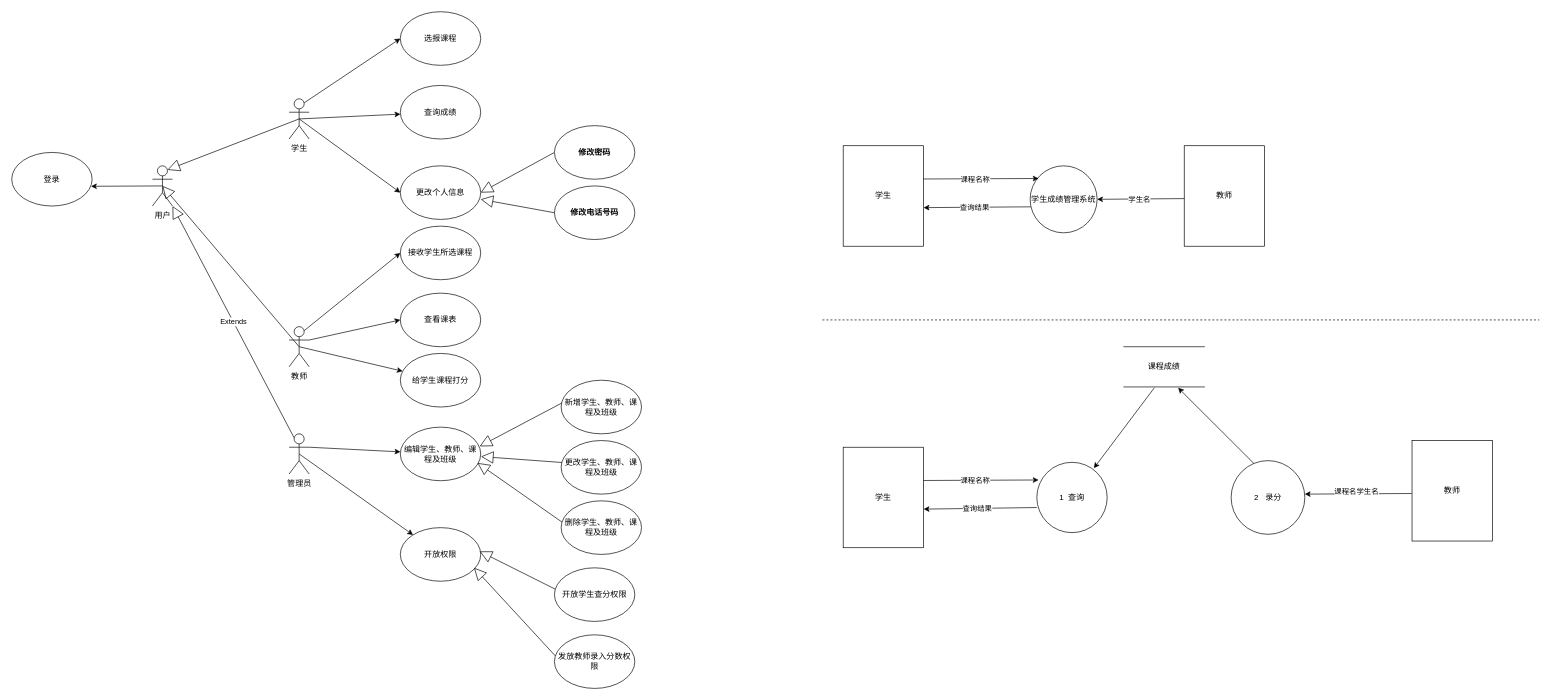
Before: page "第 1 页" (1 of 2) of 测试.drawio in sakulay/drawioInstance, a draw.io diagram. Source tidied: cells renumbered, new cells numbered last; positions are measured from the earlier drawing's top-left corner, leaving out a move shared by most shapes. Both pictures are drawn from the tidied source at 67%, with x=0, y=0 at pixel (11, 11).
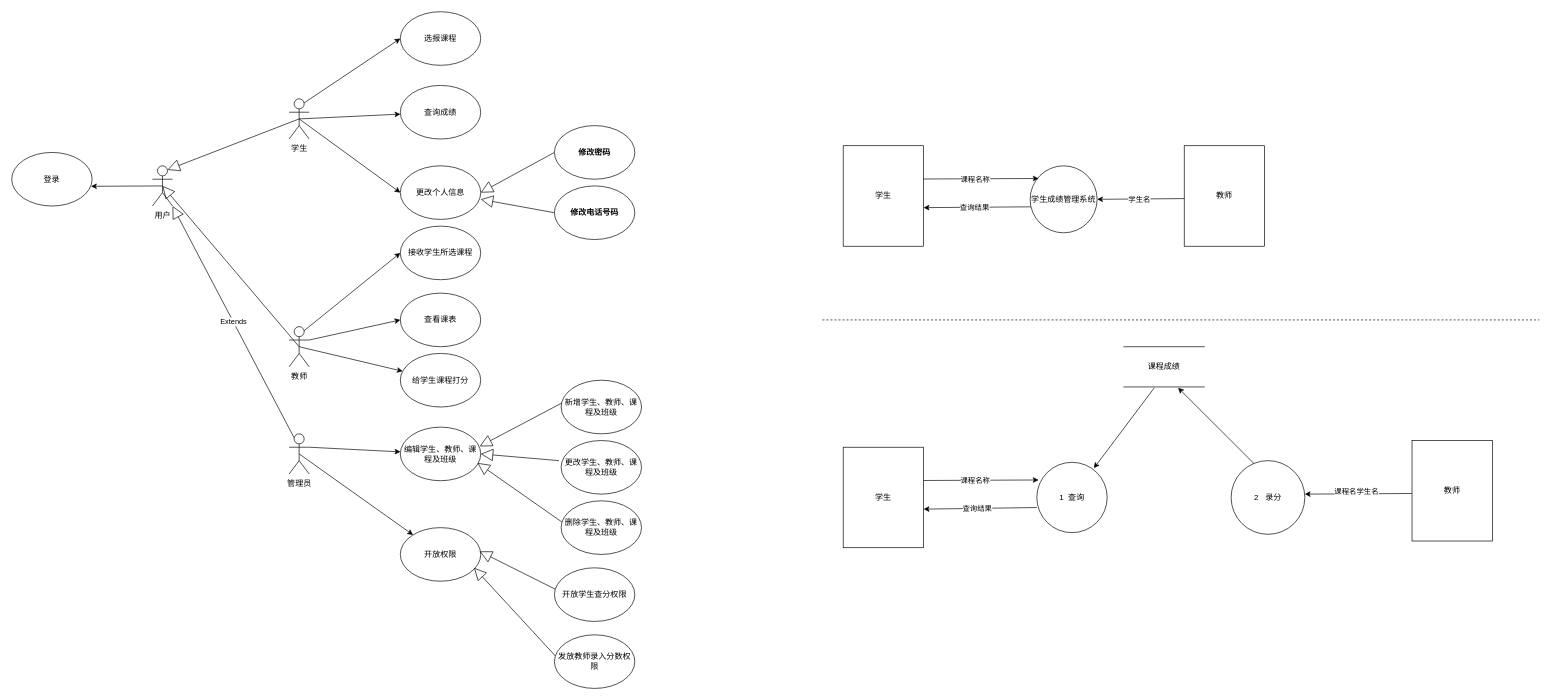
The same diagram, later.

The change refers to these unchanged cells:
```xml
<mxCell id="27" value="编辑学生、教师、课程及班级" style="ellipse;whiteSpace=wrap;html=1;" parent="1" vertex="1">
  <mxGeometry x="580" y="620" width="120" height="80" as="geometry" />
</mxCell>
```

The edit, as a diff of the source:
```diff
@@
-    <mxCell id="32" style="endArrow=block;endSize=16;endFill=0;html=1;rounded=0;exitX=0.02;exitY=0.415;exitDx=0;exitDy=0;exitPerimeter=0;entryX=1.004;entryY=0.549;entryDx=0;entryDy=0;entryPerimeter=0;" parent="1" edge="1" target="27">
+    <mxCell id="32" style="endArrow=block;endSize=16;endFill=0;html=1;rounded=0;exitX=0.02;exitY=0.415;exitDx=0;exitDy=0;exitPerimeter=0;entryX=1;entryY=0.5;entryDx=0;entryDy=0;entryPerimeter=0;" parent="1" edge="1" target="27">
       <mxGeometry relative="1" as="geometry">
-        <mxPoint x="826.8" y="673.2" as="sourcePoint" />
+        <mxPoint x="816.8" y="670" as="sourcePoint" />
       </mxGeometry>
     </mxCell>
```
